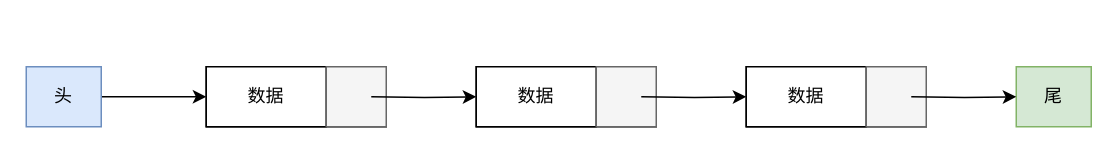
wujinzhe/course keeps this draw.io diagram as page "第 17 页" (17 of 20) of Untitled Diagram.drawio. Above is the earlier version. Source tidied: cells renumbered, new cells numbered last; positions are measured from the earlier drawing's top-left corner, leaving out a move shared by most shapes. Both pictures are drawn from the tidied source at 150%, with x=0, y=0 at pixel (26, 66).
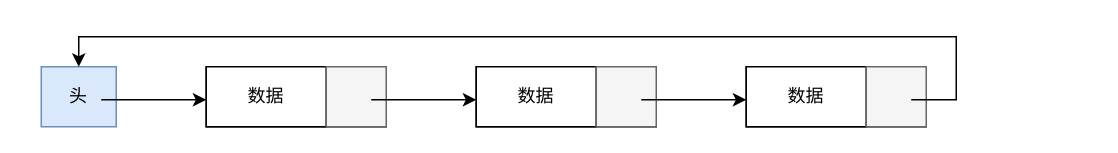
The same diagram, later.

The change refers to these unchanged cells:
```xml
<mxCell id="3" value="数据" style="rounded=0;whiteSpace=wrap;html=1;" parent="1" vertex="1">
  <mxGeometry x="120" width="80" height="40" as="geometry" />
</mxCell>
<mxCell id="8" value="数据" style="rounded=0;whiteSpace=wrap;html=1;" parent="1" vertex="1">
  <mxGeometry x="300" width="80" height="40" as="geometry" />
</mxCell>
<mxCell id="11" value="数据" style="rounded=0;whiteSpace=wrap;html=1;" parent="1" vertex="1">
  <mxGeometry x="480" width="80" height="40" as="geometry" />
</mxCell>
```

Change to the diagram source:
```diff
@@
-    <mxCell id="5" style="edgeStyle=orthogonalEdgeStyle;rounded=0;jettySize=auto;html=1;exitX=1;exitY=0.5;exitDx=0;exitDy=0;entryX=0;entryY=0.5;entryDx=0;entryDy=0;" parent="1" edge="1" source="6" target="3">
-      <mxGeometry relative="1" as="geometry" />
-    </mxCell>
     <mxCell id="6" value="头" style="rounded=0;whiteSpace=wrap;html=1;fillColor=#dae8fc;strokeColor=#6c8ebf;" parent="1" vertex="1">
-      <mxGeometry width="50" height="40" as="geometry" />
+      <mxGeometry x="10" width="50" height="40" as="geometry" />
     </mxCell>
@@
-    <mxCell id="13" value="尾" style="rounded=0;whiteSpace=wrap;html=1;fillColor=#d5e8d4;strokeColor=#82b366;" parent="1" vertex="1">
-      <mxGeometry x="660" width="50" height="40" as="geometry" />
-    </mxCell>
+    <mxCell id="17" style="group;" parent="1" vertex="1">
+      <mxGeometry x="230" y="30" width="360" as="geometry" />
+    </mxCell>
+    <mxCell id="5" style="edgeStyle=orthogonalEdgeStyle;rounded=0;orthogonalLoop=1;jettySize=auto;html=1;exitX=1;exitY=0.5;exitDx=0;exitDy=0;entryX=0;entryY=0.5;entryDx=0;entryDy=0;" parent="17" edge="1">
+      <mxGeometry relative="1" as="geometry">
+        <mxPoint x="-180" y="-8" as="sourcePoint" />
+        <mxPoint x="-110" y="-8" as="targetPoint" />
+      </mxGeometry>
+    </mxCell>
-    <mxCell id="14" style="edgeStyle=orthogonalEdgeStyle;rounded=0;jettySize=auto;html=1;entryX=0;entryY=0.5;entryDx=0;entryDy=0;" parent="1" edge="1" target="8">
+    <mxCell id="14" style="edgeStyle=orthogonalEdgeStyle;rounded=0;orthogonalLoop=1;jettySize=auto;html=1;entryX=0;entryY=0.5;entryDx=0;entryDy=0;" parent="17" edge="1">
       <mxGeometry relative="1" as="geometry">
-        <mxPoint x="230" y="20" as="sourcePoint" />
+        <mxPoint y="-8" as="sourcePoint" />
+        <mxPoint x="70" y="-8" as="targetPoint" />
       </mxGeometry>
     </mxCell>
-    <mxCell id="15" style="edgeStyle=orthogonalEdgeStyle;rounded=0;jettySize=auto;html=1;entryX=0;entryY=0.5;entryDx=0;entryDy=0;" parent="1" edge="1" target="11">
+    <mxCell id="15" style="edgeStyle=orthogonalEdgeStyle;rounded=0;orthogonalLoop=1;jettySize=auto;html=1;entryX=0;entryY=0.5;entryDx=0;entryDy=0;" parent="17" edge="1">
       <mxGeometry relative="1" as="geometry">
-        <mxPoint x="410" y="20" as="sourcePoint" />
+        <mxPoint x="180" y="-8" as="sourcePoint" />
+        <mxPoint x="250" y="-8" as="targetPoint" />
       </mxGeometry>
     </mxCell>
-    <mxCell id="16" style="edgeStyle=orthogonalEdgeStyle;rounded=0;jettySize=auto;html=1;entryX=0;entryY=0.5;entryDx=0;entryDy=0;" parent="1" edge="1" target="13">
+    <mxCell id="16" style="edgeStyle=orthogonalEdgeStyle;rounded=0;jettySize=auto;html=1;entryX=0.5;entryY=0;entryDx=0;entryDy=0;" parent="17" edge="1" target="6">
       <mxGeometry relative="1" as="geometry">
-        <mxPoint x="590" y="20" as="sourcePoint" />
+        <mxPoint x="360" y="-8" as="sourcePoint" />
+        <Array as="points">
+          <mxPoint x="390" y="-8" />
+          <mxPoint x="390" y="-50" />
+          <mxPoint x="-195" y="-50" />
+        </Array>
       </mxGeometry>
     </mxCell>
```
